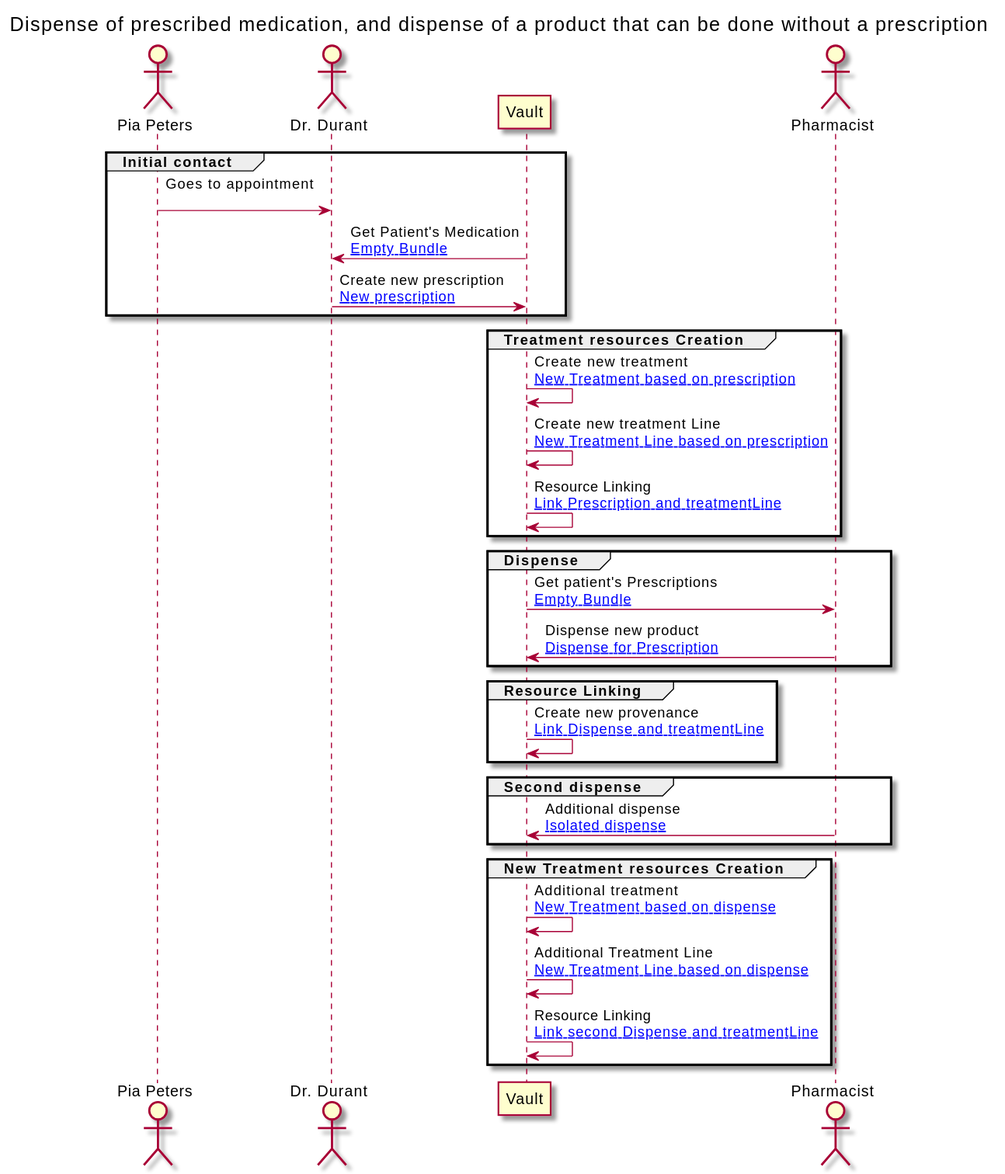
Earlier version of the PlantUML export branches/master/ExampleScenario-example-4-scenario.svg (jcostateixeira/riziv-medication-record).
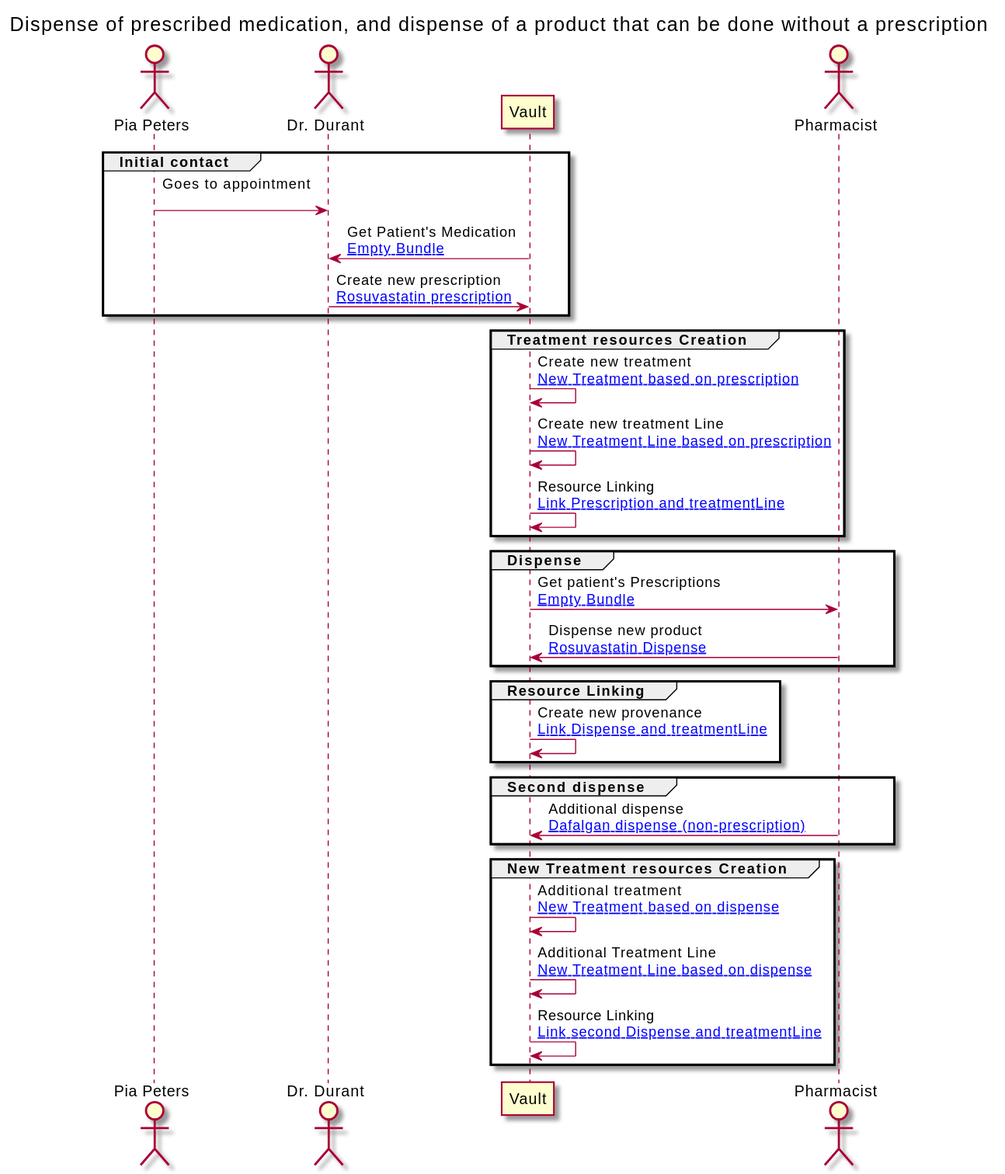
The same file after the commit.

Change to the diagram source:
```diff
@@ -17,7 +17,7 @@
 
 PATIENT -> GP : Goes to appointment\n
 VAULT -> GP : Get Patient's Medication\n[[ExampleScenario-example-4-scenario-resources.html#EB Empty Bundle]]
-GP -> VAULT : Create new prescription\n[[ExampleScenario-example-4-scenario-resources.html#4-1-prescription New prescription]]
+GP -> VAULT : Create new prescription\n[[ExampleScenario-example-4-scenario-resources.html#4-1-prescription Rosuvastatin prescription]]
 end
 
 group Treatment resources Creation
@@ -30,7 +30,7 @@
 group Dispense
 
 VAULT -> PHARM : Get patient's Prescriptions\n[[ExampleScenario-example-4-scenario-resources.html#EB Empty Bundle]]
-PHARM -> VAULT : Dispense new product\n[[ExampleScenario-example-4-scenario-resources.html#4-1-dispense Dispense for Prescription]]
+PHARM -> VAULT : Dispense new product\n[[ExampleScenario-example-4-scenario-resources.html#4-1-dispense Rosuvastatin Dispense]]
 end
 
 group Resource Linking
@@ -40,7 +40,7 @@
 
 group Second dispense
 
-PHARM -> VAULT : Additional dispense\n[[ExampleScenario-example-4-scenario-resources.html#4-2-dispense Isolated dispense]]
+PHARM -> VAULT : Additional dispense\n[[ExampleScenario-example-4-scenario-resources.html#4-2-dispense Dafalgan dispense (non-prescription)]]
 end
 
 group New Treatment resources Creation
```
